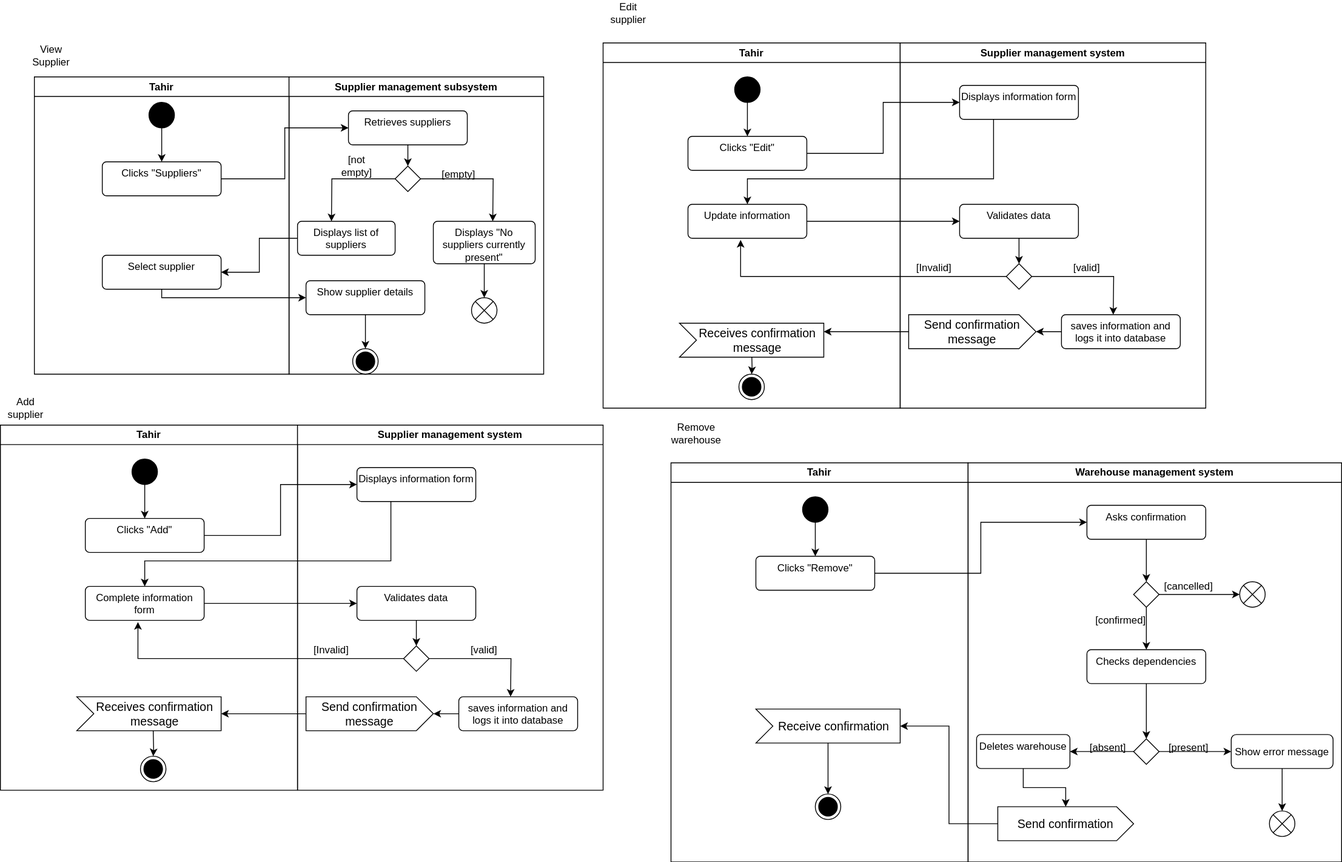
This is supplier_act.svg from Simamkele88/IFM3_GP, a draw.io export, as it was before one commit. Source tidied: cells renumbered, new cells last; positions are measured from the earlier drawing's top-left corner, leaving out a move shared by most shapes.
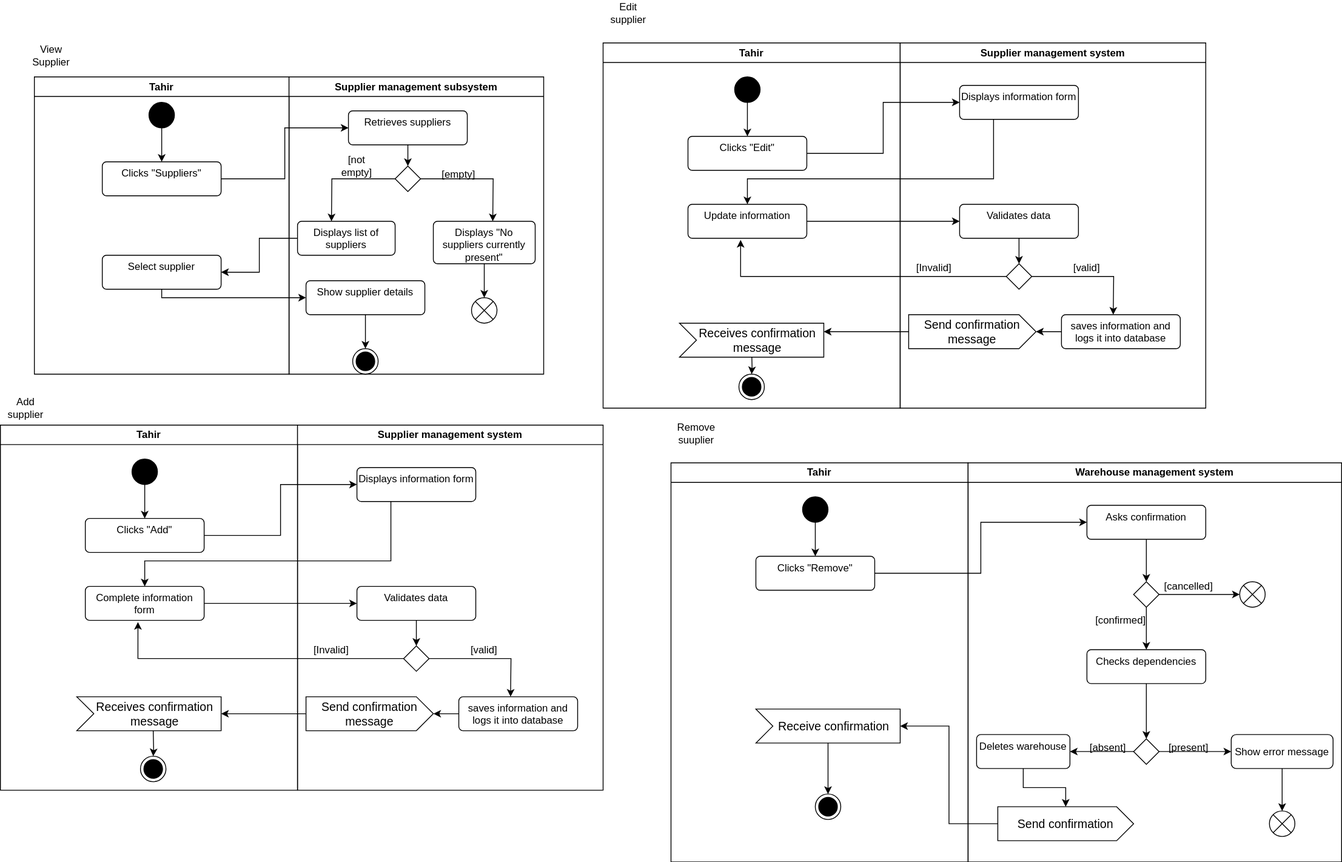
The same diagram one commit later.

The edit, as a diff of the source:
```diff
@@ -355,7 +355,7 @@
     <mxCell id="107" style="edgeStyle=orthogonalEdgeStyle;rounded=0;jettySize=auto;html=1;entryX=0;entryY=0.5;entryDx=0;entryDy=0;" parent="1" edge="1" source="81" target="87">
       <mxGeometry relative="1" as="geometry" />
     </mxCell>
-    <mxCell id="108" value="Remove warehouse" style="text;html=1;align=center;verticalAlign=middle;whiteSpace=wrap;rounded=0;" parent="1" vertex="1">
+    <mxCell id="108" value="Remove suuplier" style="text;html=1;align=center;verticalAlign=middle;whiteSpace=wrap;rounded=0;" parent="1" vertex="1">
       <mxGeometry x="790" y="494.5" width="60" height="30" as="geometry" />
     </mxCell>
     <mxCell id="109" style="edgeStyle=orthogonalEdgeStyle;rounded=0;orthogonalLoop=1;jettySize=auto;html=1;exitX=0.5;exitY=1;exitDx=0;exitDy=0;" parent="1" edge="1" source="108" target="108">
```
